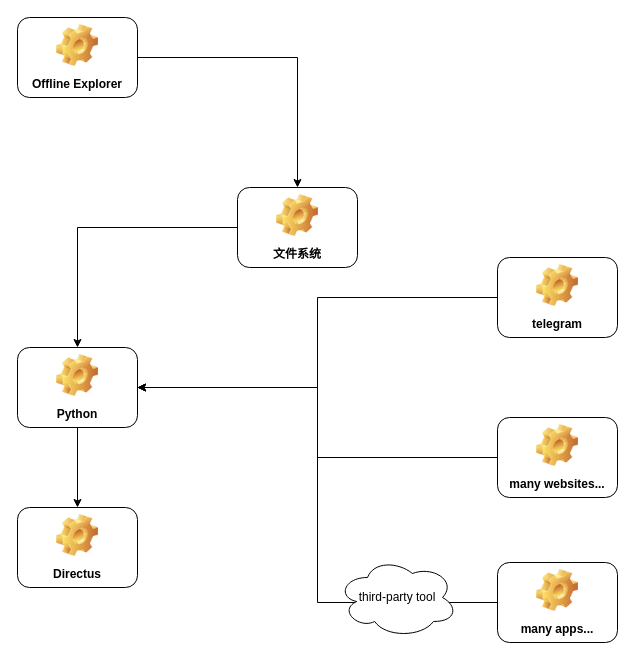
This is 架构.drawio from readmanisme/novel, a draw.io file, before an edit. Source tidied: cells renumbered, new cells numbered last; positions are measured from the earlier drawing's top-left corner, leaving out a move shared by most shapes. Both pictures are drawn from the tidied source at 100%, with x=0, y=0 at pixel (17, 17).
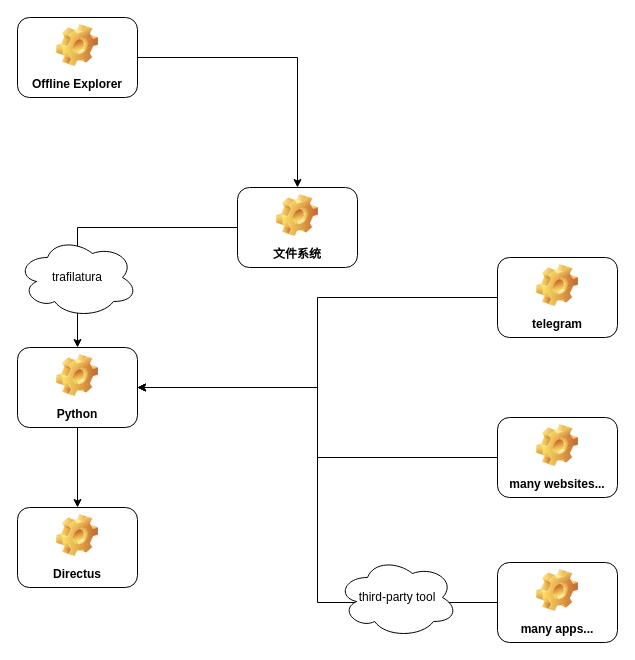
The same diagram, later.

The edit, as a diff of the source:
```diff
@@
 <mxGraphModel>
   <root>
     <mxCell id="0" />
     <mxCell id="1" parent="0" />
     <mxCell id="2" style="edgeStyle=orthogonalEdgeStyle;rounded=0;jettySize=auto;html=1;entryX=0.5;entryY=0;entryDx=0;entryDy=0;" parent="1" edge="1" source="3" target="5">
       <mxGeometry relative="1" as="geometry" />
     </mxCell>
     <mxCell id="3" value="Offline Explorer" style="label;whiteSpace=wrap;html=1;align=center;verticalAlign=bottom;spacingLeft=0;spacingBottom=4;imageAlign=center;imageVerticalAlign=top;image=img/clipart/Gear_128x128.png;" parent="1" vertex="1">
       <mxGeometry width="120" height="80" as="geometry" />
     </mxCell>
     <mxCell id="4" style="edgeStyle=orthogonalEdgeStyle;rounded=0;jettySize=auto;html=1;" parent="1" edge="1" source="5" target="7">
       <mxGeometry relative="1" as="geometry" />
     </mxCell>
     <mxCell id="5" value="文件系统" style="label;whiteSpace=wrap;html=1;align=center;verticalAlign=bottom;spacingLeft=0;spacingBottom=4;imageAlign=center;imageVerticalAlign=top;image=img/clipart/Gear_128x128.png;" parent="1" vertex="1">
       <mxGeometry x="220" y="170" width="120" height="80" as="geometry" />
     </mxCell>
     <mxCell id="6" style="edgeStyle=orthogonalEdgeStyle;rounded=0;jettySize=auto;html=1;" parent="1" edge="1" source="7" target="8">
       <mxGeometry relative="1" as="geometry" />
     </mxCell>
     <mxCell id="7" value="Python" style="label;whiteSpace=wrap;html=1;align=center;verticalAlign=bottom;spacingLeft=0;spacingBottom=4;imageAlign=center;imageVerticalAlign=top;image=img/clipart/Gear_128x128.png;" parent="1" vertex="1">
       <mxGeometry y="330" width="120" height="80" as="geometry" />
     </mxCell>
     <mxCell id="8" value="Directus" style="label;whiteSpace=wrap;html=1;align=center;verticalAlign=bottom;spacingLeft=0;spacingBottom=4;imageAlign=center;imageVerticalAlign=top;image=img/clipart/Gear_128x128.png;" parent="1" vertex="1">
       <mxGeometry y="490" width="120" height="80" as="geometry" />
     </mxCell>
     <mxCell id="9" style="edgeStyle=orthogonalEdgeStyle;rounded=0;jettySize=auto;html=1;entryX=1;entryY=0.5;entryDx=0;entryDy=0;" parent="1" edge="1" source="10" target="7">
       <mxGeometry relative="1" as="geometry" />
     </mxCell>
     <mxCell id="10" value="telegram" style="label;whiteSpace=wrap;html=1;align=center;verticalAlign=bottom;spacingLeft=0;spacingBottom=4;imageAlign=center;imageVerticalAlign=top;image=img/clipart/Gear_128x128.png;" parent="1" vertex="1">
       <mxGeometry x="480" y="240" width="120" height="80" as="geometry" />
     </mxCell>
     <mxCell id="11" style="edgeStyle=orthogonalEdgeStyle;rounded=0;jettySize=auto;html=1;entryX=1;entryY=0.5;entryDx=0;entryDy=0;" parent="1" edge="1" source="12" target="7">
       <mxGeometry relative="1" as="geometry" />
     </mxCell>
     <mxCell id="12" value="many websites..." style="label;whiteSpace=wrap;html=1;align=center;verticalAlign=bottom;spacingLeft=0;spacingBottom=4;imageAlign=center;imageVerticalAlign=top;image=img/clipart/Gear_128x128.png;" parent="1" vertex="1">
       <mxGeometry x="480" y="400" width="120" height="80" as="geometry" />
     </mxCell>
     <mxCell id="13" style="edgeStyle=orthogonalEdgeStyle;rounded=0;jettySize=auto;html=1;entryX=1;entryY=0.5;entryDx=0;entryDy=0;" parent="1" edge="1" source="14" target="7">
       <mxGeometry relative="1" as="geometry" />
     </mxCell>
     <mxCell id="14" value="many apps..." style="label;whiteSpace=wrap;html=1;align=center;verticalAlign=bottom;spacingLeft=0;spacingBottom=4;imageAlign=center;imageVerticalAlign=top;image=img/clipart/Gear_128x128.png;" parent="1" vertex="1">
       <mxGeometry x="480" y="545" width="120" height="80" as="geometry" />
     </mxCell>
     <mxCell id="15" value="third-party tool" style="ellipse;shape=cloud;whiteSpace=wrap;html=1;" parent="1" vertex="1">
       <mxGeometry x="320" y="540" width="120" height="80" as="geometry" />
     </mxCell>
+    <mxCell id="16" value="trafilatura" style="ellipse;shape=cloud;whiteSpace=wrap;html=1;" parent="1" vertex="1">
+      <mxGeometry y="220" width="120" height="80" as="geometry" />
+    </mxCell>
   </root>
 </mxGraphModel>
```
